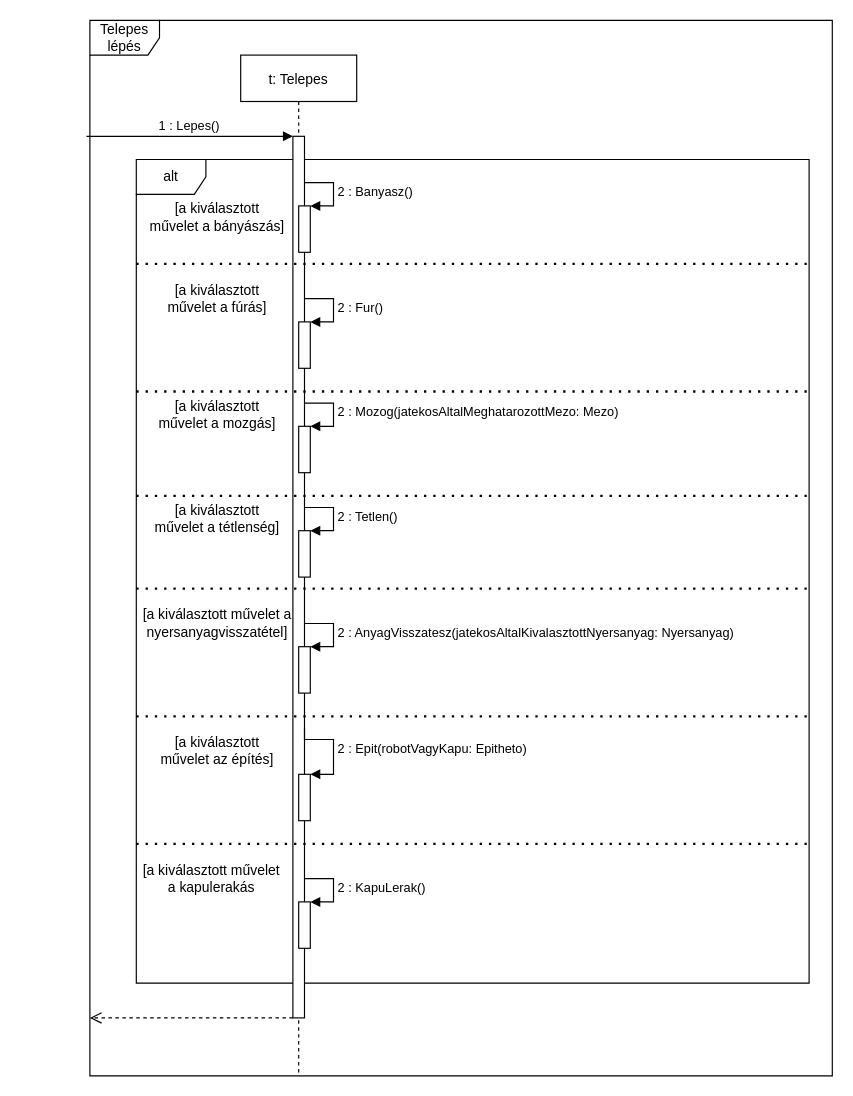
Above: doc/uml/telepes_lepes.drawio in torpeBoiGo/aszteroidabanyaszat (draw.io), before the change. Source tidied: cells renumbered, new cells numbered last; positions are measured from the earlier drawing's top-left corner, leaving out a move shared by most shapes. Both pictures are drawn from the tidied source at 116%, with x=0, y=0 at pixel (86, 20).
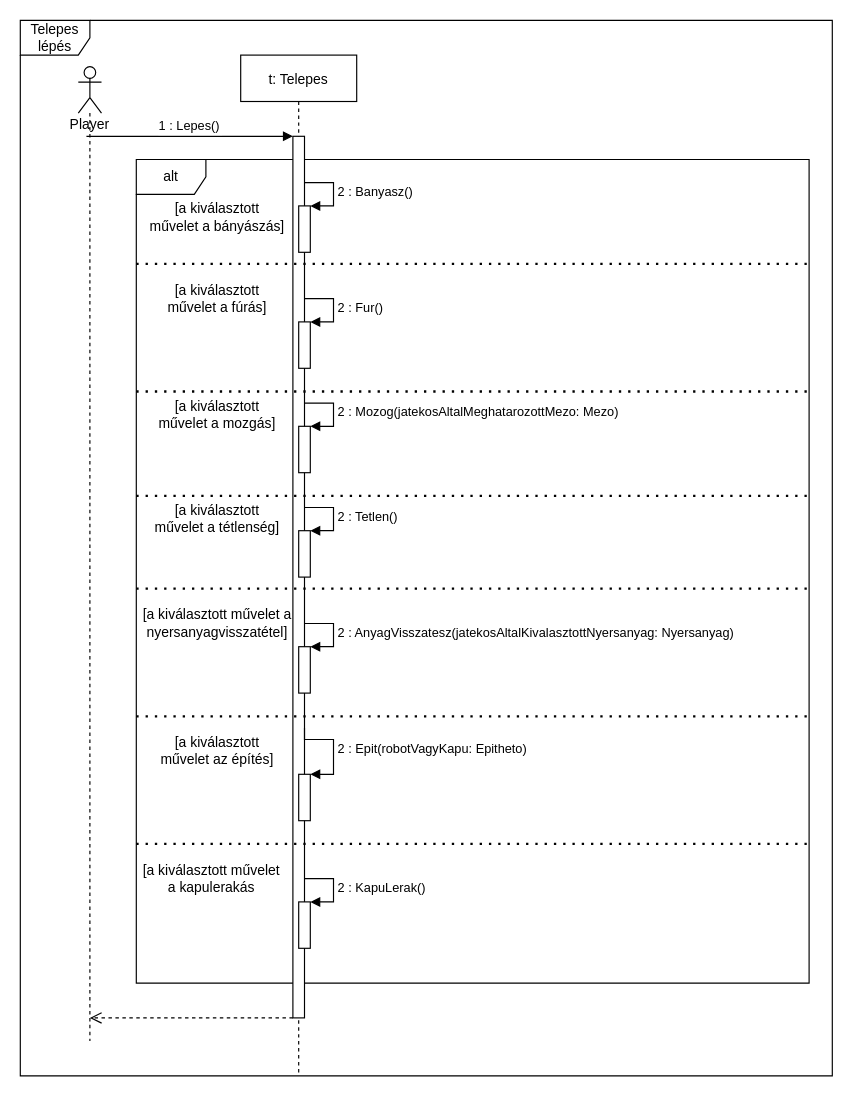
After the change.

Commit message:
aktor hozzáadva

The edit, as a diff of the source:
```diff
@@
     <mxCell id="2" value="Telepes lépés" style="shape=umlFrame;whiteSpace=wrap;html=1;" parent="1" vertex="1">
-      <mxGeometry x="3" width="640" height="910" as="geometry" />
+      <mxGeometry x="-57" width="700" height="910" as="geometry" />
     </mxCell>
@@
+    <mxCell id="35" value="Player" style="shape=umlLifeline;participant=umlActor;perimeter=lifelinePerimeter;whiteSpace=wrap;html=1;verticalAlign=top;spacingTop=36;" parent="1" vertex="1">
+      <mxGeometry x="-7" y="40" width="20" height="840" as="geometry" />
+    </mxCell>
```
